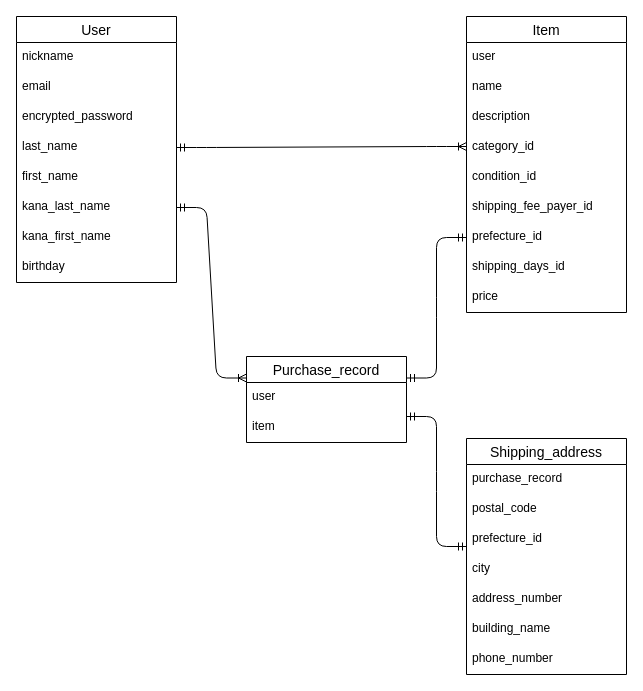
Before: furimaERD.dio in Yokko405/furima-40407, a draw.io diagram. Source tidied: cells renumbered, new cells numbered last; positions are measured from the earlier drawing's top-left corner, leaving out a move shared by most shapes. Both pictures are drawn from the tidied source at 100%, with x=0, y=0 at pixel (16, 16).
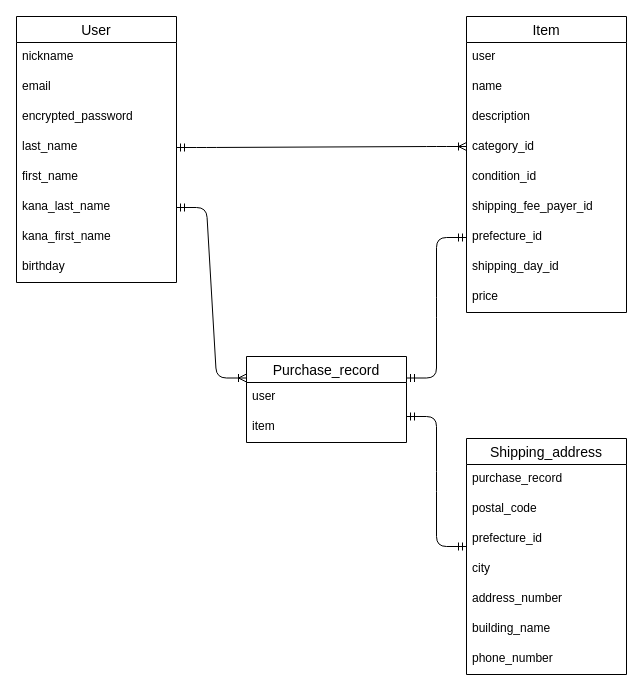
The same page after the edit.

Commit message (it also covers changes not shown here):
データベース設計PU修正4

itemsテーブルのshipping_day_idカラム修正

The change refers to these unchanged cells:
```xml
<mxCell id="11" value="Item" style="swimlane;fontStyle=0;horizontal=1;startSize=26;align=center;fontSize=14;" parent="1" vertex="1">
  <mxGeometry x="450" width="160" height="296" as="geometry" />
</mxCell>
```

The edit, as a diff of the source:
```diff
@@
-    <mxCell id="19" value="shipping_days_id" style="text;strokeColor=none;fillColor=none;spacingLeft=4;spacingRight=4;overflow=hidden;fontSize=12;" parent="11" vertex="1">
+    <mxCell id="19" value="shipping_day_id" style="text;strokeColor=none;fillColor=none;spacingLeft=4;spacingRight=4;overflow=hidden;fontSize=12;" parent="11" vertex="1">
       <mxGeometry y="236" width="160" height="30" as="geometry" />
     </mxCell>
```
